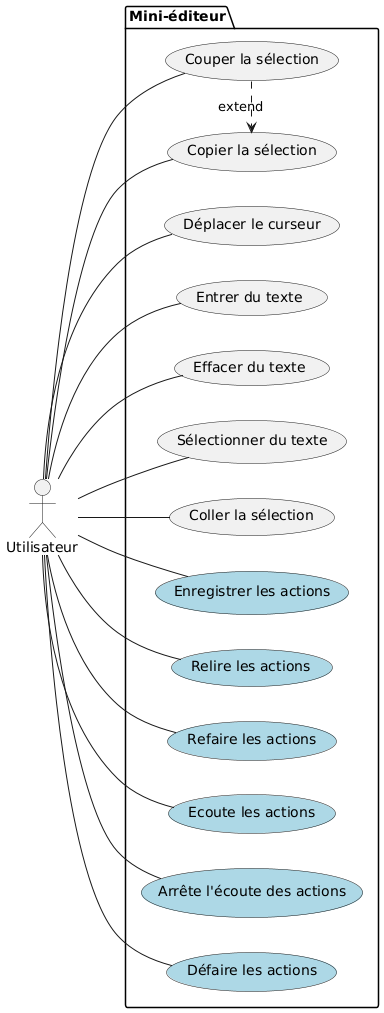
Above: resources/V2/cas-utilisation/cas-utilisation.png in AquaBx/text-editor (PlantUML), before the change. Its diagram source:
```plantuml
@startuml
left to right direction
Actor Utilisateur
package "Mini-éditeur" {
  (Couper la sélection) .> (Copier la sélection) : extend
  Utilisateur -- (Couper la sélection)
  Utilisateur -- (Copier la sélection)
  Utilisateur -- (Déplacer le curseur)
  Utilisateur -- (Entrer du texte)
  Utilisateur -- (Effacer du texte)
  Utilisateur -- (Sélectionner du texte)
  Utilisateur -- (Coller la sélection)

  (Enregistrer les actions) #LightBlue
  Utilisateur -- (Enregistrer les actions)

  (Relire les actions) #LightBlue
  Utilisateur -- (Relire les actions)

  (Refaire les actions) #LightBlue
  Utilisateur -- (Refaire les actions)

  (Ecoute les actions) #LightBlue
  Utilisateur -- (Ecoute les actions)

  (Arrête l'écoute des actions) #LightBlue
  Utilisateur -- (Arrête l'écoute des actions)

  (Défaire les actions) #LightBlue
  Utilisateur -- (Défaire les actions)
}
@enduml
```
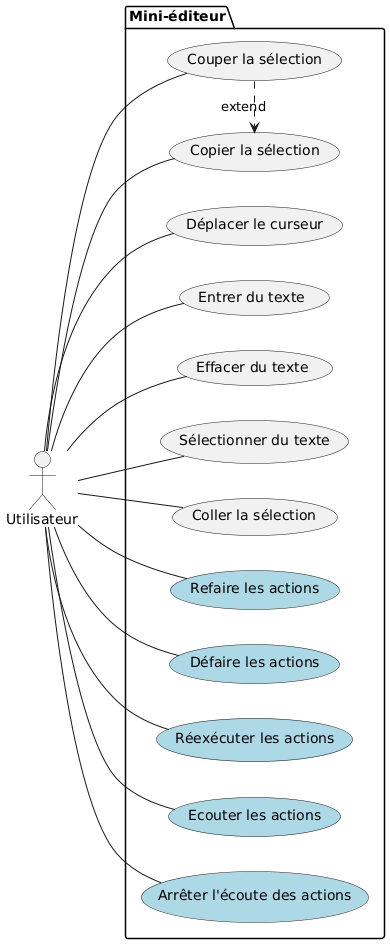
After the change.

Commit message:
update cas utilisation V2

What changed in the source:
```diff
@@ -11,22 +11,19 @@
   Utilisateur -- (Sélectionner du texte)
   Utilisateur -- (Coller la sélection)
 
-  (Enregistrer les actions) #LightBlue
-  Utilisateur -- (Enregistrer les actions)
-
-  (Relire les actions) #LightBlue
-  Utilisateur -- (Relire les actions)
-
   (Refaire les actions) #LightBlue
   Utilisateur -- (Refaire les actions)
 
-  (Ecoute les actions) #LightBlue
-  Utilisateur -- (Ecoute les actions)
-
-  (Arrête l'écoute des actions) #LightBlue
-  Utilisateur -- (Arrête l'écoute des actions)
-
   (Défaire les actions) #LightBlue
   Utilisateur -- (Défaire les actions)
+
+  (Réexécuter les actions) #LightBlue
+  Utilisateur -- (Réexécuter les actions)
+
+  (Ecouter les actions) #LightBlue
+  Utilisateur -- (Ecouter les actions)
+
+  (Arrêter l'écoute des actions) #LightBlue
+  Utilisateur -- (Arrêter l'écoute des actions)
 }
 @enduml
```
